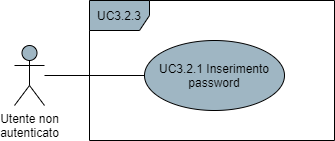
Above: DocumentazioneEsterna/AnalisiDeiRequisiti/res/UseCase/Immagini/InserimentoDatiLoginCliente.png in Omicron-Team/Documentazione (draw.io), before the change. Source tidied: cells renumbered, new cells last; positions are measured from the earlier drawing's top-left corner, leaving out a move shared by most shapes.
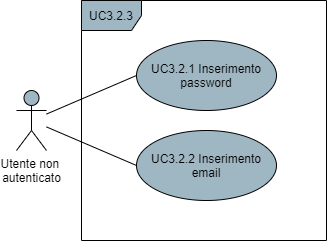
After the commit.

Commit message:
Fix immagini logincliente e loginvenditore

Change to the diagram source:
```diff
@@ -2,11 +2,11 @@
   <root>
     <mxCell id="0" />
     <mxCell id="1" parent="0" />
-    <mxCell id="2" value="Utente non&lt;br&gt;autenticato" style="shape=umlActor;verticalLabelPosition=bottom;verticalAlign=top;html=1;fillColor=#9FB6C3;" parent="1" vertex="1">
-      <mxGeometry y="45" width="30" height="60" as="geometry" />
+    <mxCell id="2" value="Utente non &lt;br&gt;autenticato" style="shape=umlActor;verticalLabelPosition=bottom;verticalAlign=top;html=1;fillColor=#9FB6C3;" parent="1" vertex="1">
+      <mxGeometry x="10" y="90" width="30" height="60" as="geometry" />
     </mxCell>
     <mxCell id="3" value="UC3.2.3" style="shape=umlFrame;whiteSpace=wrap;html=1;fillColor=#9FB6C3;" parent="1" vertex="1">
-      <mxGeometry x="75" width="245" height="140" as="geometry" />
+      <mxGeometry x="75" width="245" height="240" as="geometry" />
     </mxCell>
     <mxCell id="4" value="UC3.2.1 Inserimento password" style="ellipse;whiteSpace=wrap;html=1;fillColor=#9FB6C3;" parent="1" vertex="1">
       <mxGeometry x="130" y="40" width="140" height="70" as="geometry" />
@@ -14,5 +14,11 @@
     <mxCell id="5" style="edgeStyle=none;rounded=0;jettySize=auto;html=1;entryX=0;entryY=0.5;entryDx=0;entryDy=0;endArrow=none;endFill=0;endSize=10;" parent="1" edge="1" source="2" target="4">
       <mxGeometry relative="1" as="geometry" />
     </mxCell>
+    <mxCell id="6" value="UC3.2.2 Inserimento email" style="ellipse;whiteSpace=wrap;html=1;fillColor=#9FB6C3;" parent="1" vertex="1">
+      <mxGeometry x="130" y="130" width="140" height="70" as="geometry" />
+    </mxCell>
+    <mxCell id="7" style="endArrow=none;html=1;entryX=0;entryY=0.5;entryDx=0;entryDy=0;" parent="1" edge="1" source="2" target="6">
+      <mxGeometry relative="1" as="geometry" />
+    </mxCell>
   </root>
 </mxGraphModel>
```
